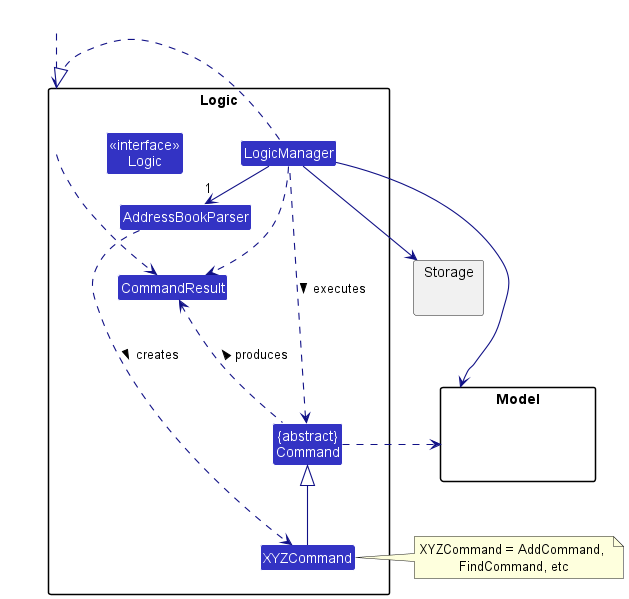
nus-cs2103-AY2223S2/tp keeps this PlantUML diagram as docs/diagrams/LogicClassDiagram.png. Above is the earlier version.
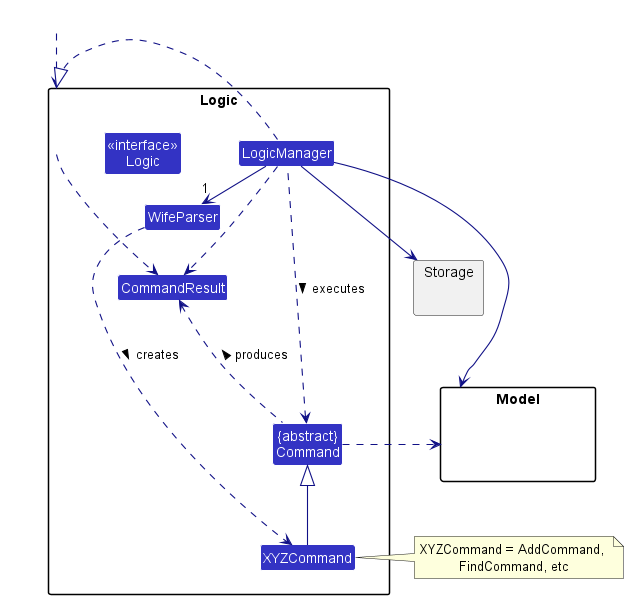
Later version of the same file.

Change to the diagram source:
```diff
@@ -6,7 +6,7 @@
 
 package Logic {
 
-Class AddressBookParser
+Class WifeParser
 Class XYZCommand
 Class CommandResult
 Class "{abstract}\nCommand" as Command
@@ -27,8 +27,8 @@
 HiddenOutside ..> Logic
 
 LogicManager .right.|> Logic
-LogicManager -right->"1" AddressBookParser
-AddressBookParser ..> XYZCommand : creates >
+LogicManager -right->"1" WifeParser
+WifeParser ..> XYZCommand : creates >
 
 XYZCommand -up-|> Command
 LogicManager .left.> Command : executes >
```
